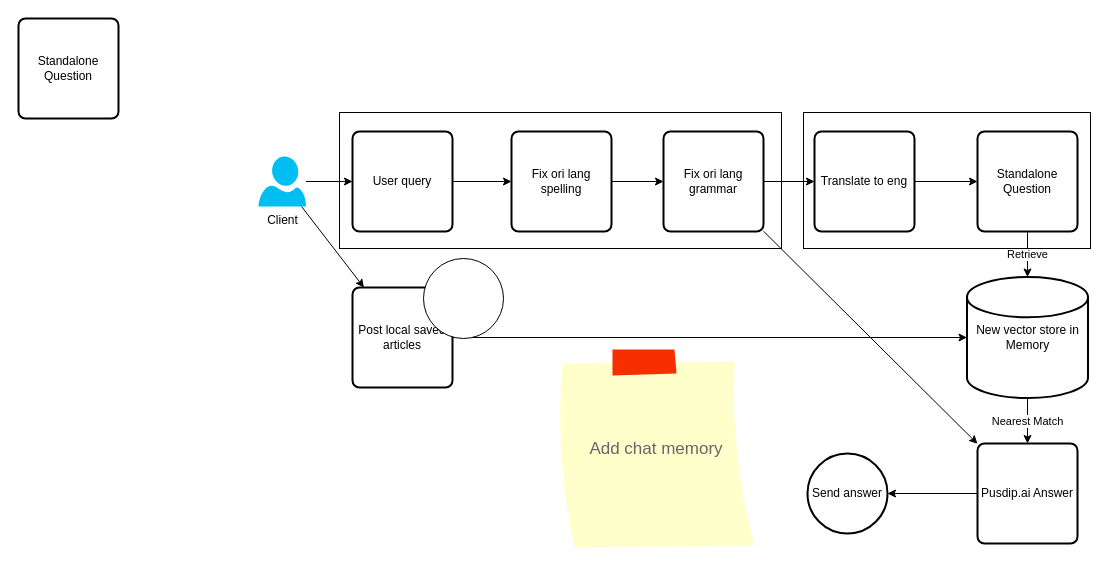
Earlier version of the draw.io diagram diagrams/pusdip-ai-chatbot.drawio (Pusdip-ai/pusdip-ai-server). Source tidied: cells renumbered, new cells numbered last; positions are measured from the earlier drawing's top-left corner, leaving out a move shared by most shapes. Both pictures are drawn from the tidied source at 100%, with x=0, y=0 at pixel (18, 18).
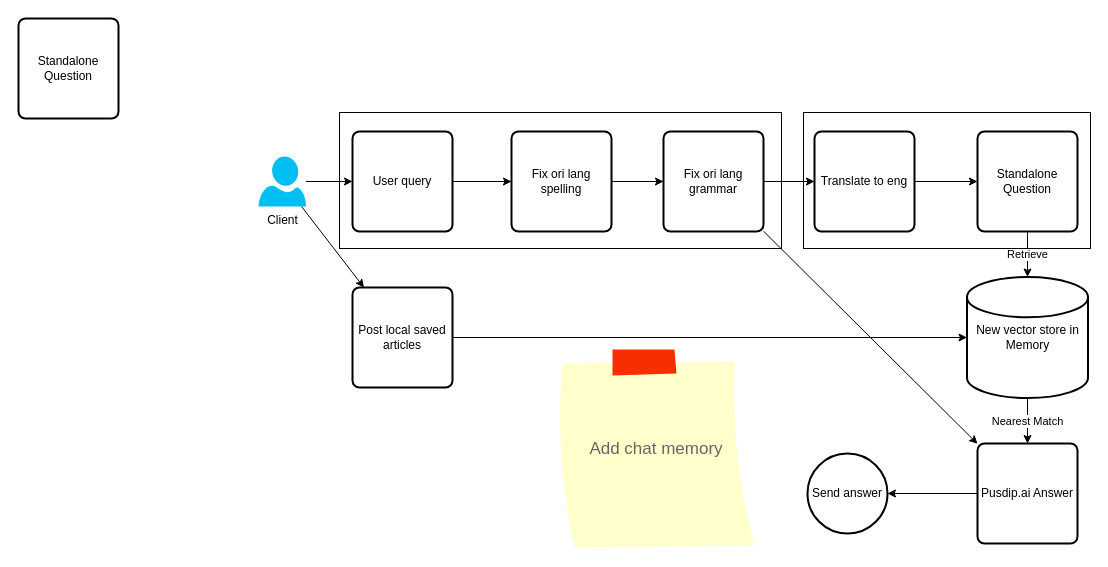
After the change.

Commit message:
Remove circle from pusdip ai chatbow diagram

Diff of the diagram source:
```diff
@@
-    <mxCell id="27" style="ellipse;whiteSpace=wrap;html=1;" parent="1" vertex="1">
-      <mxGeometry x="405" y="240" width="80" height="80" as="geometry" />
-    </mxCell>
```
